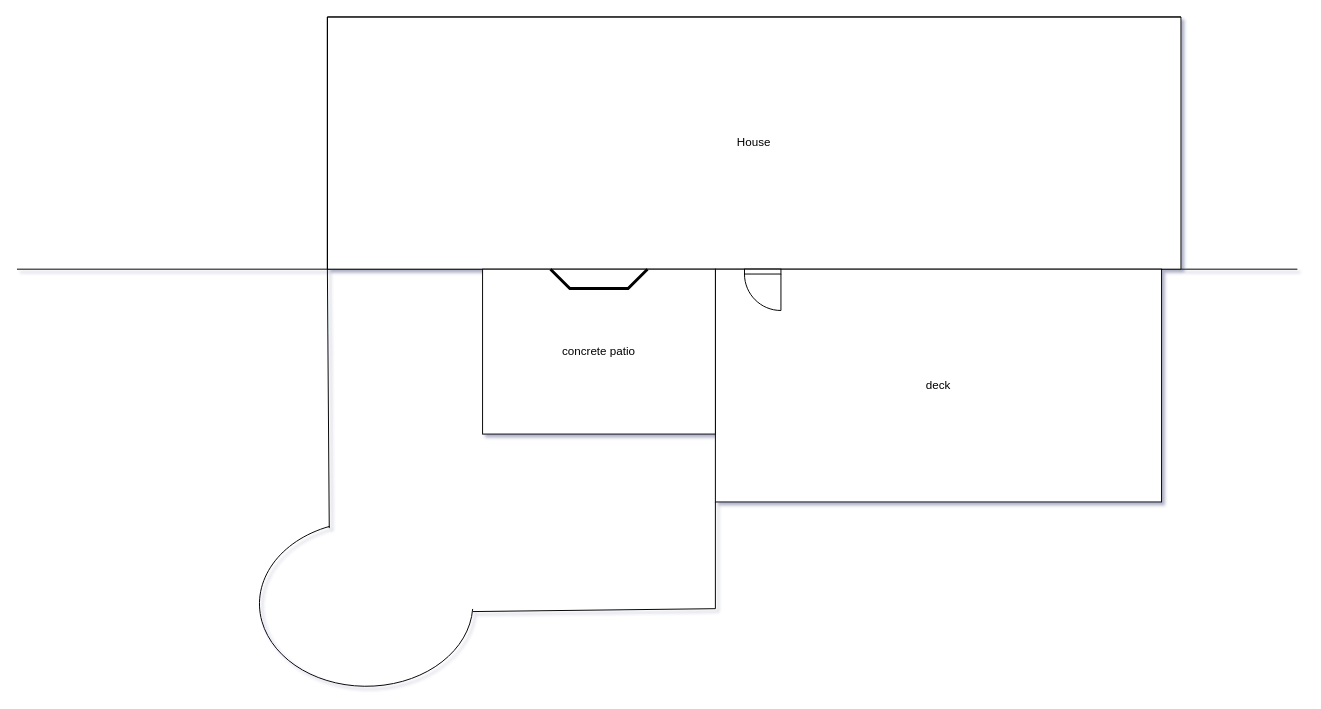
Earlier version of the draw.io diagram page "round" (2 of 2) of yard.drawio (gyandeeps/personal-designs). Source tidied: cells renumbered, new cells numbered last; positions are measured from the earlier drawing's top-left corner, leaving out a move shared by most shapes. Both pictures are drawn from the tidied source at 97%, with x=0, y=0 at pixel (16, 16).
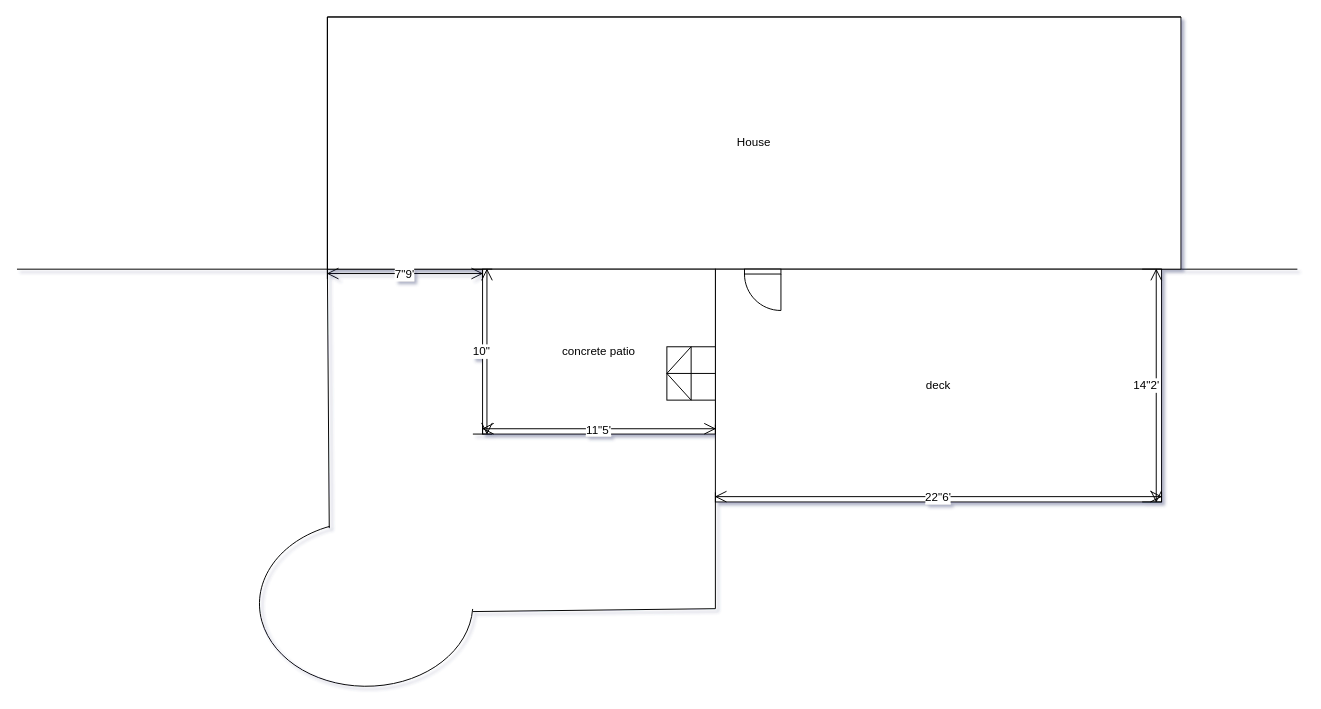
The same diagram, later.

The edit, as a diff of the source:
```diff
@@
 <mxGraphModel shadow="1">
   <root>
     <mxCell id="0" />
     <mxCell id="1" parent="0" />
     <mxCell id="2" style="endArrow=none;html=1;" parent="1" edge="1">
       <mxGeometry relative="1" as="geometry">
         <mxPoint y="260" as="sourcePoint" />
         <mxPoint x="1320" y="260" as="targetPoint" />
       </mxGeometry>
     </mxCell>
     <mxCell id="3" value="House" style="shape=cube;whiteSpace=wrap;html=1;boundedLbl=1;backgroundOutline=1;darkOpacity=0.05;darkOpacity2=0.1;size=0;" parent="1" vertex="1">
       <mxGeometry x="320" width="880" height="260" as="geometry" />
     </mxCell>
     <mxCell id="4" value="deck" style="rounded=0;whiteSpace=wrap;html=1;" parent="1" vertex="1">
       <mxGeometry x="720" y="260" width="460" height="240" as="geometry" />
     </mxCell>
     <mxCell id="5" value="concrete patio" style="rounded=0;whiteSpace=wrap;html=1;" parent="1" vertex="1">
       <mxGeometry x="480" y="260" width="240" height="170" as="geometry" />
     </mxCell>
     <mxCell id="6" style="endArrow=none;html=1;entryX=0;entryY=0;entryDx=0;entryDy=260;entryPerimeter=0;exitX=0.327;exitY=0.041;exitDx=0;exitDy=0;exitPerimeter=0;" parent="1" edge="1" source="11" target="3">
       <mxGeometry relative="1" as="geometry" />
     </mxCell>
     <mxCell id="7" style="endArrow=none;html=1;exitX=1;exitY=0.547;exitDx=0;exitDy=0;exitPerimeter=0;" parent="1" edge="1" source="11">
       <mxGeometry relative="1" as="geometry">
         <mxPoint x="720" y="610" as="targetPoint" />
       </mxGeometry>
     </mxCell>
     <mxCell id="8" style="endArrow=none;html=1;entryX=0;entryY=1;entryDx=0;entryDy=0;" parent="1" edge="1" target="4">
       <mxGeometry relative="1" as="geometry">
         <mxPoint x="720" y="610" as="sourcePoint" />
       </mxGeometry>
     </mxCell>
     <mxCell id="9" style="verticalLabelPosition=bottom;html=1;verticalAlign=top;align=center;shape=mxgraph.floorplan.doorRight;" parent="1" vertex="1">
       <mxGeometry x="750" y="260" width="37.6" height="40" as="geometry" />
     </mxCell>
-    <mxCell id="10" style="verticalLabelPosition=bottom;html=1;verticalAlign=top;align=center;shape=mxgraph.floorplan.windowBow;strokeWidth=3;" parent="1" vertex="1">
-      <mxGeometry x="550" y="260" width="100" height="20" as="geometry" />
-    </mxCell>
     <mxCell id="11" style="verticalLabelPosition=bottom;verticalAlign=top;html=1;shape=mxgraph.basic.arc;startAngle=0.25993426215277043;endAngle=0.9443582981086174;" parent="1" vertex="1">
       <mxGeometry x="250" y="520" width="220" height="170" as="geometry" />
     </mxCell>
+    <mxCell id="12" style="verticalLabelPosition=bottom;html=1;verticalAlign=top;align=center;shape=mxgraph.floorplan.stairs;rotation=-180;" parent="1" vertex="1">
+      <mxGeometry x="710" y="340" width="10" height="55" as="geometry" />
+    </mxCell>
+    <mxCell id="13" value="10&quot;" style="shape=dimension;direction=north;whiteSpace=wrap;html=1;align=right;verticalAlign=middle;labelBackgroundColor=#ffffff;" parent="1" vertex="1">
+      <mxGeometry x="470" y="260" width="20" height="170" as="geometry" />
+    </mxCell>
+    <mxCell id="14" value="14&quot;2'" style="shape=dimension;direction=north;whiteSpace=wrap;html=1;align=right;verticalAlign=middle;labelBackgroundColor=#ffffff;" parent="1" vertex="1">
+      <mxGeometry x="1160" y="260" width="20" height="240" as="geometry" />
+    </mxCell>
+    <mxCell id="15" value="22&quot;6'" style="shape=dimension;whiteSpace=wrap;html=1;align=center;verticalAlign=bottom;spacingBottom=-5;labelBackgroundColor=#ffffff;" parent="1" vertex="1">
+      <mxGeometry x="720" y="490" width="460" height="10" as="geometry" />
+    </mxCell>
+    <mxCell id="16" value="11&quot;5'" style="shape=dimension;whiteSpace=wrap;html=1;align=center;verticalAlign=bottom;spacingBottom=-5;labelBackgroundColor=#ffffff;" parent="1" vertex="1">
+      <mxGeometry x="480" y="420" width="240" height="10" as="geometry" />
+    </mxCell>
+    <mxCell id="17" value="7&quot;9'" style="shape=dimension;whiteSpace=wrap;html=1;align=center;verticalAlign=bottom;spacingBottom=-5;labelBackgroundColor=#ffffff;" parent="1" vertex="1">
+      <mxGeometry x="320" y="260" width="160" height="10" as="geometry" />
+    </mxCell>
   </root>
 </mxGraphModel>
```
